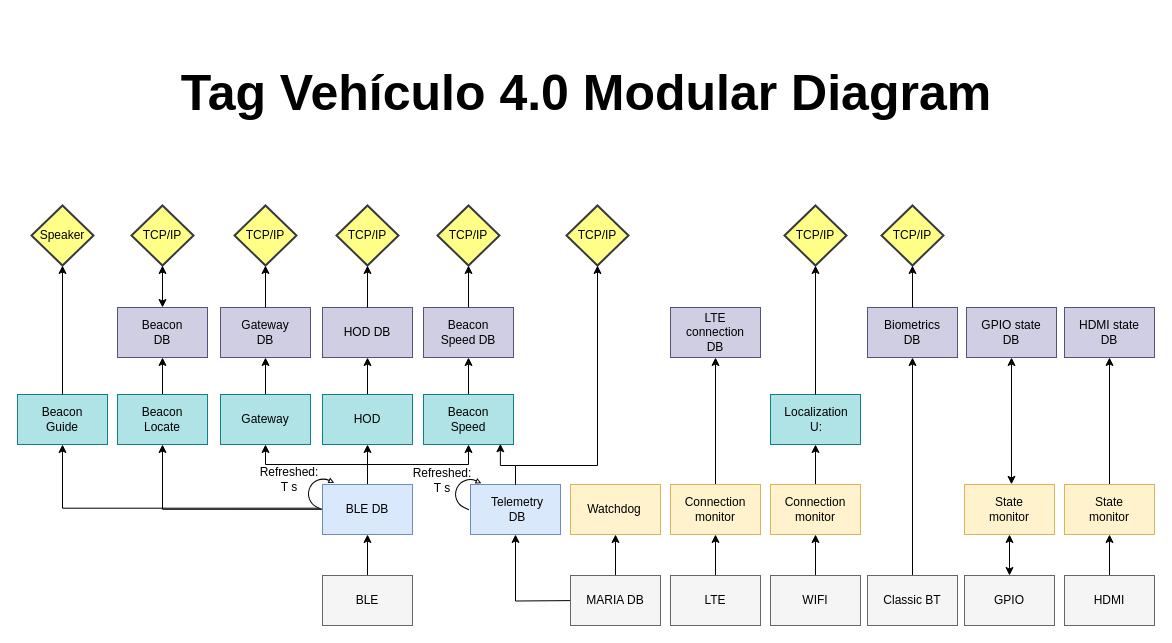
Earlier version of the draw.io diagram Diagrama modular de Tag Vehiculo 4_0.drawio (CesarRodriguez14/Tag_Vehiculo_4_0_Diagramas). Source tidied: cells renumbered, new cells numbered last; positions are measured from the earlier drawing's top-left corner, leaving out a move shared by most shapes. Both pictures are drawn from the tidied source at 100%, with x=0, y=0 at pixel (17, 67).
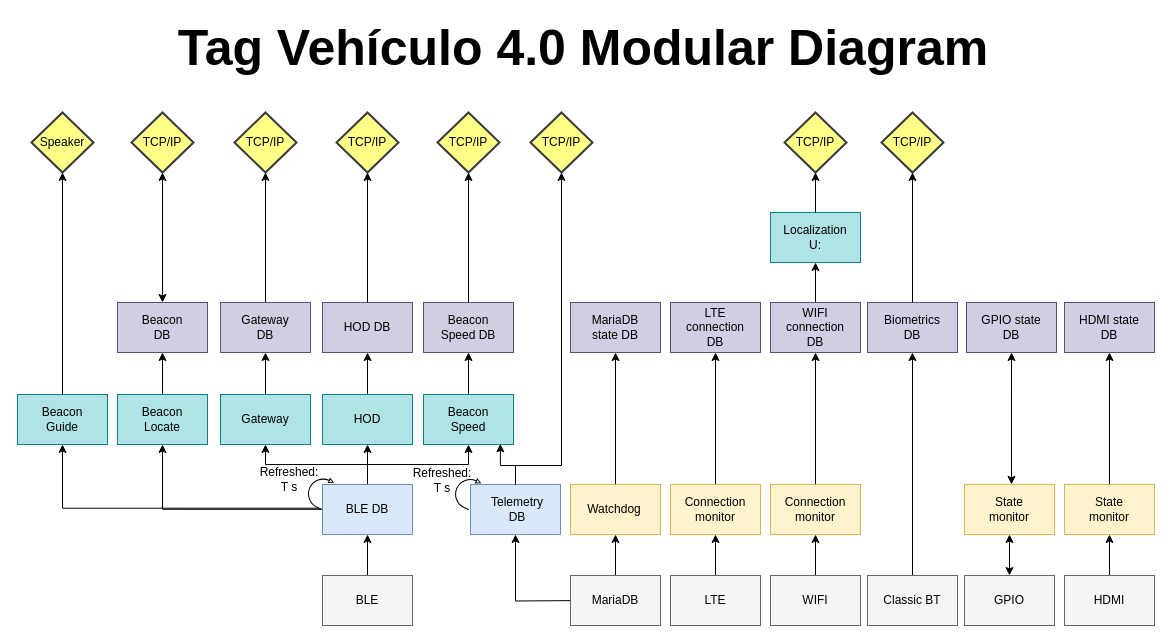
The same page after the edit.

Unchanged cells that the change refers to:
```xml
<mxCell id="29" style="rounded=0;whiteSpace=wrap;html=1;fillColor=#fff2cc;strokeColor=#d6b656;" parent="1" vertex="1">
  <mxGeometry x="753" y="417" width="90" height="50" as="geometry" />
</mxCell>
<mxCell id="36" style="rounded=0;whiteSpace=wrap;html=1;fillColor=#fff2cc;strokeColor=#d6b656;" parent="1" vertex="1">
  <mxGeometry x="553" y="417" width="90" height="50" as="geometry" />
</mxCell>
<mxCell id="42" style="rounded=0;whiteSpace=wrap;html=1;fillColor=#dae8fc;strokeColor=#6c8ebf;" parent="1" vertex="1">
  <mxGeometry x="453" y="417" width="90" height="50" as="geometry" />
</mxCell>
```

Diff of the diagram source:
```diff
@@
-    <mxCell id="19" value="MARIA DB" style="text;html=1;align=center;verticalAlign=middle;whiteSpace=wrap;rounded=0;" parent="1" vertex="1">
+    <mxCell id="19" value="MariaDB" style="text;html=1;align=center;verticalAlign=middle;whiteSpace=wrap;rounded=0;" parent="1" vertex="1">
       <mxGeometry x="568" y="518" width="60" height="30" as="geometry" />
     </mxCell>
@@
-    <mxCell id="28" style="edgeStyle=orthogonalEdgeStyle;rounded=0;jettySize=auto;html=1;exitX=0.5;exitY=0;exitDx=0;exitDy=0;entryX=0.5;entryY=1;entryDx=0;entryDy=0;" parent="1" edge="1" source="29" target="52">
-      <mxGeometry relative="1" as="geometry" />
-    </mxCell>
+    <mxCell id="101" style="edgeStyle=orthogonalEdgeStyle;rounded=0;jettySize=auto;html=1;exitX=0.5;exitY=0;exitDx=0;exitDy=0;entryX=0.5;entryY=1;entryDx=0;entryDy=0;" parent="1" edge="1" source="29" target="104">
+      <mxGeometry relative="1" as="geometry" />
+    </mxCell>
@@
+    <mxCell id="102" style="edgeStyle=orthogonalEdgeStyle;rounded=0;jettySize=auto;html=1;exitX=0.5;exitY=0;exitDx=0;exitDy=0;entryX=0.5;entryY=1;entryDx=0;entryDy=0;" parent="1" edge="1" source="36" target="106">
+      <mxGeometry relative="1" as="geometry" />
+    </mxCell>
@@
     <mxCell id="44" value="TCP/IP" style="strokeWidth=2;html=1;shape=mxgraph.flowchart.decision;whiteSpace=wrap;fillColor=#ffff88;strokeColor=#36393d;" parent="1" vertex="1">
-      <mxGeometry x="549" y="138" width="62" height="60" as="geometry" />
+      <mxGeometry x="513" y="45" width="62" height="60" as="geometry" />
     </mxCell>
@@
     <mxCell id="48" style="rounded=0;whiteSpace=wrap;html=1;fillColor=#d0cee2;strokeColor=#56517e;" parent="1" vertex="1">
-      <mxGeometry x="850" y="240" width="90" height="50" as="geometry" />
+      <mxGeometry x="850" y="235" width="90" height="50" as="geometry" />
     </mxCell>
     <mxCell id="49" value="Biometrics DB" style="text;html=1;align=center;verticalAlign=middle;whiteSpace=wrap;rounded=0;" parent="1" vertex="1">
-      <mxGeometry x="865" y="250" width="60" height="30" as="geometry" />
+      <mxGeometry x="865" y="245" width="60" height="30" as="geometry" />
     </mxCell>
     <mxCell id="50" value="TCP/IP" style="strokeWidth=2;html=1;shape=mxgraph.flowchart.decision;whiteSpace=wrap;fillColor=#ffff88;strokeColor=#36393d;" parent="1" vertex="1">
-      <mxGeometry x="864" y="138" width="62" height="60" as="geometry" />
+      <mxGeometry x="864" y="45" width="62" height="60" as="geometry" />
     </mxCell>
@@
     <mxCell id="52" style="rounded=0;whiteSpace=wrap;html=1;fillColor=#b0e3e6;strokeColor=#0e8088;" parent="1" vertex="1">
-      <mxGeometry x="753" y="327" width="90" height="50" as="geometry" />
+      <mxGeometry x="753" y="145" width="90" height="50" as="geometry" />
     </mxCell>
     <mxCell id="53" value="Localization&lt;div&gt;U:&lt;/div&gt;" style="text;html=1;align=center;verticalAlign=middle;whiteSpace=wrap;rounded=0;" parent="1" vertex="1">
-      <mxGeometry x="768" y="337" width="62" height="30" as="geometry" />
+      <mxGeometry x="767" y="155" width="62" height="30" as="geometry" />
     </mxCell>
     <mxCell id="54" value="TCP/IP" style="strokeWidth=2;html=1;shape=mxgraph.flowchart.decision;whiteSpace=wrap;fillColor=#ffff88;strokeColor=#36393d;" parent="1" vertex="1">
-      <mxGeometry x="767" y="138" width="62" height="60" as="geometry" />
+      <mxGeometry x="767" y="45" width="62" height="60" as="geometry" />
     </mxCell>
@@
     <mxCell id="59" style="rounded=0;whiteSpace=wrap;html=1;fillColor=#d0cee2;strokeColor=#56517e;" parent="1" vertex="1">
-      <mxGeometry x="100" y="240" width="90" height="50" as="geometry" />
+      <mxGeometry x="100" y="235" width="90" height="50" as="geometry" />
     </mxCell>
     <mxCell id="60" value="Beacon DB" style="text;html=1;align=center;verticalAlign=middle;whiteSpace=wrap;rounded=0;" parent="1" vertex="1">
-      <mxGeometry x="114" y="250" width="62" height="30" as="geometry" />
+      <mxGeometry x="114" y="245" width="62" height="30" as="geometry" />
     </mxCell>
     <mxCell id="61" value="TCP/IP" style="strokeWidth=2;html=1;shape=mxgraph.flowchart.decision;whiteSpace=wrap;fillColor=#ffff88;strokeColor=#36393d;" parent="1" vertex="1">
-      <mxGeometry x="114" y="138" width="62" height="60" as="geometry" />
+      <mxGeometry x="114" y="45" width="62" height="60" as="geometry" />
     </mxCell>
@@
     <mxCell id="65" style="rounded=0;whiteSpace=wrap;html=1;fillColor=#D0CEE2;strokeColor=#56517e;" parent="1" vertex="1">
-      <mxGeometry x="203" y="240" width="90" height="50" as="geometry" />
+      <mxGeometry x="203" y="235" width="90" height="50" as="geometry" />
     </mxCell>
     <mxCell id="66" value="Gateway DB" style="text;html=1;align=center;verticalAlign=middle;whiteSpace=wrap;rounded=0;" parent="1" vertex="1">
-      <mxGeometry x="217" y="250" width="62" height="30" as="geometry" />
+      <mxGeometry x="217" y="245" width="62" height="30" as="geometry" />
     </mxCell>
@@
     <mxCell id="73" style="rounded=0;whiteSpace=wrap;html=1;fillColor=#d0cee2;strokeColor=#56517e;" parent="1" vertex="1">
-      <mxGeometry x="406" y="240" width="90" height="50" as="geometry" />
+      <mxGeometry x="406" y="235" width="90" height="50" as="geometry" />
     </mxCell>
     <mxCell id="74" value="Beacon Speed DB" style="text;html=1;align=center;verticalAlign=middle;whiteSpace=wrap;rounded=0;" parent="1" vertex="1">
-      <mxGeometry x="420" y="250" width="62" height="30" as="geometry" />
+      <mxGeometry x="420" y="245" width="62" height="30" as="geometry" />
     </mxCell>
@@
     <mxCell id="77" style="rounded=0;whiteSpace=wrap;html=1;fillColor=#d0cee2;strokeColor=#56517e;" parent="1" vertex="1">
-      <mxGeometry x="305" y="240" width="90" height="50" as="geometry" />
+      <mxGeometry x="305" y="235" width="90" height="50" as="geometry" />
     </mxCell>
     <mxCell id="78" value="HOD DB" style="text;html=1;align=center;verticalAlign=middle;whiteSpace=wrap;rounded=0;" parent="1" vertex="1">
-      <mxGeometry x="319" y="250" width="62" height="30" as="geometry" />
+      <mxGeometry x="319" y="245" width="62" height="30" as="geometry" />
     </mxCell>
     <mxCell id="79" value="TCP/IP" style="strokeWidth=2;html=1;shape=mxgraph.flowchart.decision;whiteSpace=wrap;fillColor=#ffff88;strokeColor=#36393d;" parent="1" vertex="1">
-      <mxGeometry x="217" y="138" width="62" height="60" as="geometry" />
+      <mxGeometry x="217" y="45" width="62" height="60" as="geometry" />
     </mxCell>
@@
     <mxCell id="81" value="TCP/IP" style="strokeWidth=2;html=1;shape=mxgraph.flowchart.decision;whiteSpace=wrap;fillColor=#ffff88;strokeColor=#36393d;" parent="1" vertex="1">
-      <mxGeometry x="319" y="138" width="62" height="60" as="geometry" />
+      <mxGeometry x="319" y="45" width="62" height="60" as="geometry" />
     </mxCell>
@@
     <mxCell id="83" value="TCP/IP" style="strokeWidth=2;html=1;shape=mxgraph.flowchart.decision;whiteSpace=wrap;fillColor=#ffff88;strokeColor=#36393d;" parent="1" vertex="1">
-      <mxGeometry x="420" y="138" width="62" height="60" as="geometry" />
+      <mxGeometry x="420" y="45" width="62" height="60" as="geometry" />
     </mxCell>
@@
     <mxCell id="85" value="Tag Vehículo 4.0 Modular Diagram" style="text;html=1;align=center;verticalAlign=middle;whiteSpace=wrap;rounded=0;fontSize=50;fontStyle=1;" parent="1" vertex="1">
-      <mxGeometry x="73.5" width="990" height="50" as="geometry" />
+      <mxGeometry x="71" y="-45" width="990" height="50" as="geometry" />
     </mxCell>
@@
     <mxCell id="87" style="edgeStyle=orthogonalEdgeStyle;rounded=0;jettySize=auto;html=1;exitX=0.5;exitY=0;exitDx=0;exitDy=0;entryX=0.5;entryY=1;entryDx=0;entryDy=0;entryPerimeter=0;" parent="1" edge="1" source="42" target="44">
       <mxGeometry relative="1" as="geometry">
         <Array as="points">
           <mxPoint x="498" y="398" />
-          <mxPoint x="580" y="398" />
+          <mxPoint x="544" y="398" />
+          <mxPoint x="544" y="105" />
         </Array>
       </mxGeometry>
     </mxCell>
     <mxCell id="88" style="rounded=0;whiteSpace=wrap;html=1;fillColor=#d0cee2;strokeColor=#56517e;" parent="1" vertex="1">
-      <mxGeometry x="653" y="240" width="90" height="50" as="geometry" />
+      <mxGeometry x="653" y="235" width="90" height="50" as="geometry" />
     </mxCell>
     <mxCell id="89" value="LTE connection DB" style="text;html=1;align=center;verticalAlign=middle;whiteSpace=wrap;rounded=0;" parent="1" vertex="1">
-      <mxGeometry x="667" y="250" width="62" height="30" as="geometry" />
+      <mxGeometry x="667" y="245" width="62" height="30" as="geometry" />
     </mxCell>
     <mxCell id="90" style="rounded=0;whiteSpace=wrap;html=1;fillColor=#d0cee2;strokeColor=#56517e;" parent="1" vertex="1">
-      <mxGeometry x="949" y="240" width="90" height="50" as="geometry" />
+      <mxGeometry x="949" y="235" width="90" height="50" as="geometry" />
     </mxCell>
     <mxCell id="91" value="GPIO state DB" style="text;html=1;align=center;verticalAlign=middle;whiteSpace=wrap;rounded=0;" parent="1" vertex="1">
-      <mxGeometry x="963" y="250" width="62" height="30" as="geometry" />
+      <mxGeometry x="963" y="245" width="62" height="30" as="geometry" />
     </mxCell>
@@
     <mxCell id="94" style="rounded=0;whiteSpace=wrap;html=1;fillColor=#d0cee2;strokeColor=#56517e;" parent="1" vertex="1">
-      <mxGeometry x="1047" y="240" width="90" height="50" as="geometry" />
+      <mxGeometry x="1047" y="235" width="90" height="50" as="geometry" />
     </mxCell>
     <mxCell id="95" value="HDMI state DB" style="text;html=1;align=center;verticalAlign=middle;whiteSpace=wrap;rounded=0;" parent="1" vertex="1">
-      <mxGeometry x="1061" y="250" width="62" height="30" as="geometry" />
+      <mxGeometry x="1061" y="245" width="62" height="30" as="geometry" />
     </mxCell>
@@
     <mxCell id="99" value="Speaker" style="strokeWidth=2;html=1;shape=mxgraph.flowchart.decision;whiteSpace=wrap;fillColor=#ffff88;strokeColor=#36393d;" parent="1" vertex="1">
-      <mxGeometry x="14" y="138" width="62" height="60" as="geometry" />
+      <mxGeometry x="14" y="45" width="62" height="60" as="geometry" />
     </mxCell>
@@
+    <mxCell id="103" style="edgeStyle=orthogonalEdgeStyle;rounded=0;jettySize=auto;html=1;exitX=0.5;exitY=0;exitDx=0;exitDy=0;entryX=0.5;entryY=1;entryDx=0;entryDy=0;" parent="1" edge="1" source="104" target="52">
+      <mxGeometry relative="1" as="geometry" />
+    </mxCell>
+    <mxCell id="104" style="rounded=0;whiteSpace=wrap;html=1;fillColor=#d0cee2;strokeColor=#56517e;" parent="1" vertex="1">
+      <mxGeometry x="753" y="235" width="90" height="50" as="geometry" />
+    </mxCell>
+    <mxCell id="105" value="WIFI connection DB" style="text;html=1;align=center;verticalAlign=middle;whiteSpace=wrap;rounded=0;" parent="1" vertex="1">
+      <mxGeometry x="767" y="245" width="62" height="30" as="geometry" />
+    </mxCell>
+    <mxCell id="106" style="rounded=0;whiteSpace=wrap;html=1;fillColor=#d0cee2;strokeColor=#56517e;" parent="1" vertex="1">
+      <mxGeometry x="553" y="235" width="90" height="50" as="geometry" />
+    </mxCell>
+    <mxCell id="107" value="MariaDB state DB" style="text;html=1;align=center;verticalAlign=middle;whiteSpace=wrap;rounded=0;" parent="1" vertex="1">
+      <mxGeometry x="567" y="245" width="62" height="30" as="geometry" />
+    </mxCell>
```
